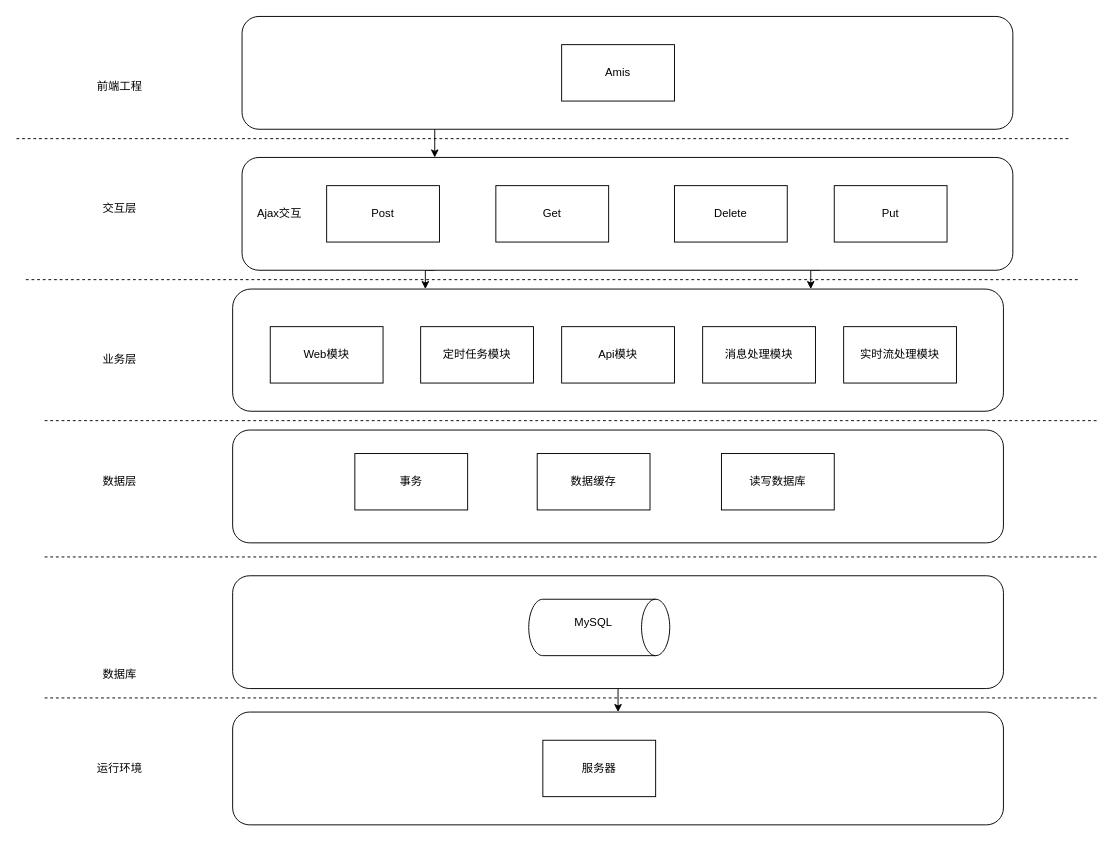
The draw.io diagram 未命名绘图.drawio in Crazypointer/Picture, before the edit. Source tidied: cells renumbered, new cells numbered last; positions are measured from the earlier drawing's top-left corner, leaving out a move shared by most shapes. Both pictures are drawn from the tidied source at 94%, with x=0, y=0 at pixel (16, 16).
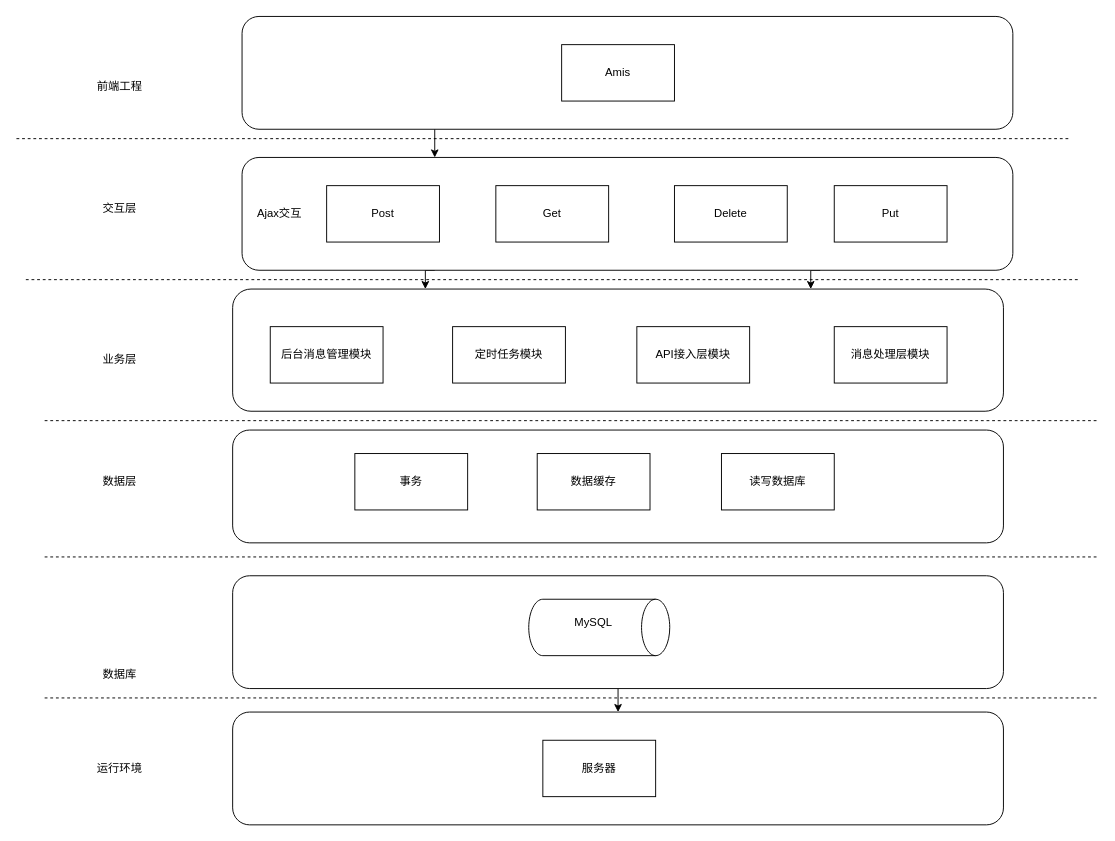
Above is the later version.

Commit message:
更新未命名绘图.drawio

What changed in the source:
```diff
@@
-    <mxCell id="13" value="Web模块" style="rounded=0;whiteSpace=wrap;html=1;" parent="1" vertex="1">
+    <mxCell id="13" value="后台消息管理模块" style="rounded=0;whiteSpace=wrap;html=1;" parent="1" vertex="1">
       <mxGeometry x="270" y="330" width="120" height="60" as="geometry" />
     </mxCell>
     <mxCell id="14" value="定时任务模块" style="rounded=0;whiteSpace=wrap;html=1;" parent="1" vertex="1">
-      <mxGeometry x="430" y="330" width="120" height="60" as="geometry" />
+      <mxGeometry x="464" y="330" width="120" height="60" as="geometry" />
     </mxCell>
@@
-    <mxCell id="36" value="Api模块" style="rounded=0;whiteSpace=wrap;html=1;" parent="1" vertex="1">
-      <mxGeometry x="580" y="330" width="120" height="60" as="geometry" />
+    <mxCell id="36" value="API接入层模块" style="rounded=0;whiteSpace=wrap;html=1;" parent="1" vertex="1">
+      <mxGeometry x="660" y="330" width="120" height="60" as="geometry" />
     </mxCell>
-    <mxCell id="37" value="消息处理模块" style="rounded=0;whiteSpace=wrap;html=1;" parent="1" vertex="1">
-      <mxGeometry x="730" y="330" width="120" height="60" as="geometry" />
+    <mxCell id="37" value="消息处理层模块" style="rounded=0;whiteSpace=wrap;html=1;" parent="1" vertex="1">
+      <mxGeometry x="870" y="330" width="120" height="60" as="geometry" />
     </mxCell>
-    <mxCell id="38" value="实时流处理模块" style="rounded=0;whiteSpace=wrap;html=1;" parent="1" vertex="1">
-      <mxGeometry x="880" y="330" width="120" height="60" as="geometry" />
-    </mxCell>
```
